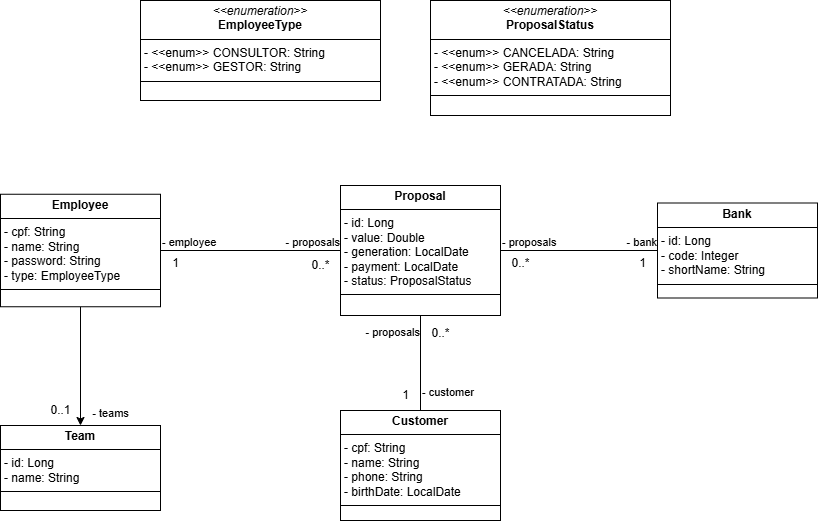
Hilan-CP/spring-corban-multibancos keeps this draw.io diagram as documents/diagrama_de_classe.png. Above is the earlier version. Source tidied: cells renumbered, new cells last; positions are measured from the earlier drawing's top-left corner, leaving out a move shared by most shapes.
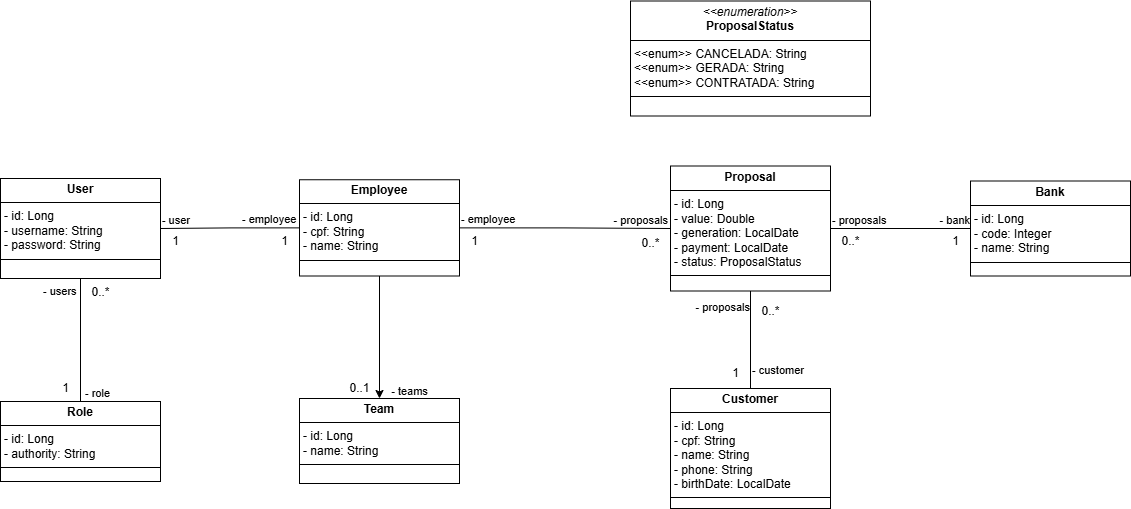
The same diagram one commit later.

Commit message:
Alterações na documentação

The edit, as a diff of the source:
```diff
@@ -5,32 +5,29 @@
     <mxCell id="2" style="edgeStyle=orthogonalEdgeStyle;rounded=0;jettySize=auto;html=1;entryX=0.5;entryY=0;entryDx=0;entryDy=0;" parent="1" edge="1" source="3" target="4">
       <mxGeometry relative="1" as="geometry" />
     </mxCell>
-    <mxCell id="3" value="&lt;p style=&quot;margin:0px;margin-top:4px;text-align:center;&quot;&gt;&lt;b&gt;Employee&lt;/b&gt;&lt;/p&gt;&lt;hr size=&quot;1&quot; style=&quot;border-style:solid;&quot;&gt;&lt;p style=&quot;margin:0px;margin-left:4px;&quot;&gt;- cpf: String&lt;/p&gt;&lt;p style=&quot;margin:0px;margin-left:4px;&quot;&gt;- name: String&lt;/p&gt;&lt;p style=&quot;margin:0px;margin-left:4px;&quot;&gt;- password: String&lt;/p&gt;&lt;p style=&quot;margin:0px;margin-left:4px;&quot;&gt;- type: EmployeeType&lt;/p&gt;&lt;hr size=&quot;1&quot; style=&quot;border-style:solid;&quot;&gt;&lt;p style=&quot;margin:0px;margin-left:4px;&quot;&gt;&lt;br&gt;&lt;/p&gt;" style="verticalAlign=top;align=left;overflow=fill;html=1;whiteSpace=wrap;" parent="1" vertex="1">
-      <mxGeometry y="193.8" width="160" height="112.5" as="geometry" />
+    <mxCell id="3" value="&lt;p style=&quot;margin:0px;margin-top:4px;text-align:center;&quot;&gt;&lt;b&gt;Employee&lt;/b&gt;&lt;/p&gt;&lt;hr size=&quot;1&quot; style=&quot;border-style:solid;&quot;&gt;&lt;p style=&quot;margin:0px;margin-left:4px;&quot;&gt;- id: Long&lt;/p&gt;&lt;p style=&quot;margin:0px;margin-left:4px;&quot;&gt;- cpf: String&lt;/p&gt;&lt;p style=&quot;margin:0px;margin-left:4px;&quot;&gt;- name: String&lt;/p&gt;&lt;hr size=&quot;1&quot; style=&quot;border-style:solid;&quot;&gt;&lt;p style=&quot;margin:0px;margin-left:4px;&quot;&gt;&lt;br&gt;&lt;/p&gt;" style="verticalAlign=top;align=left;overflow=fill;html=1;whiteSpace=wrap;" parent="1" vertex="1">
+      <mxGeometry x="29" y="201.2" width="160" height="96.2" as="geometry" />
     </mxCell>
     <mxCell id="4" value="&lt;p style=&quot;margin:0px;margin-top:4px;text-align:center;&quot;&gt;&lt;b&gt;Team&lt;/b&gt;&lt;/p&gt;&lt;hr size=&quot;1&quot; style=&quot;border-style:solid;&quot;&gt;&lt;p style=&quot;margin:0px;margin-left:4px;&quot;&gt;- id: Long&lt;/p&gt;&lt;p style=&quot;margin:0px;margin-left:4px;&quot;&gt;- name: String&lt;/p&gt;&lt;hr size=&quot;1&quot; style=&quot;border-style:solid;&quot;&gt;&lt;p style=&quot;margin:0px;margin-left:4px;&quot;&gt;&lt;br&gt;&lt;/p&gt;" style="verticalAlign=top;align=left;overflow=fill;html=1;whiteSpace=wrap;" parent="1" vertex="1">
-      <mxGeometry y="425" width="160" height="85" as="geometry" />
+      <mxGeometry x="29" y="420" width="160" height="85" as="geometry" />
     </mxCell>
-    <mxCell id="5" value="&lt;p style=&quot;margin:0px;margin-top:4px;text-align:center;&quot;&gt;&lt;b&gt;Customer&lt;/b&gt;&lt;/p&gt;&lt;hr size=&quot;1&quot; style=&quot;border-style:solid;&quot;&gt;&lt;p style=&quot;margin:0px;margin-left:4px;&quot;&gt;- cpf: String&lt;/p&gt;&lt;p style=&quot;margin:0px;margin-left:4px;&quot;&gt;- name: String&lt;/p&gt;&lt;p style=&quot;margin:0px;margin-left:4px;&quot;&gt;- phone: String&lt;/p&gt;&lt;p style=&quot;margin:0px;margin-left:4px;&quot;&gt;- birthDate: Local&lt;span style=&quot;background-color: transparent; color: light-dark(rgb(0, 0, 0), rgb(255, 255, 255));&quot;&gt;Date&lt;/span&gt;&lt;/p&gt;&lt;hr size=&quot;1&quot; style=&quot;border-style:solid;&quot;&gt;&lt;p style=&quot;margin:0px;margin-left:4px;&quot;&gt;&lt;br&gt;&lt;/p&gt;" style="verticalAlign=top;align=left;overflow=fill;html=1;whiteSpace=wrap;" parent="1" vertex="1">
-      <mxGeometry x="340" y="410" width="160" height="110" as="geometry" />
+    <mxCell id="5" value="&lt;p style=&quot;margin:0px;margin-top:4px;text-align:center;&quot;&gt;&lt;b&gt;Customer&lt;/b&gt;&lt;/p&gt;&lt;hr size=&quot;1&quot; style=&quot;border-style:solid;&quot;&gt;&lt;p style=&quot;margin:0px;margin-left:4px;&quot;&gt;- id: Long&lt;/p&gt;&lt;p style=&quot;margin:0px;margin-left:4px;&quot;&gt;- cpf: String&lt;/p&gt;&lt;p style=&quot;margin:0px;margin-left:4px;&quot;&gt;- name: String&lt;/p&gt;&lt;p style=&quot;margin:0px;margin-left:4px;&quot;&gt;- phone: String&lt;/p&gt;&lt;p style=&quot;margin:0px;margin-left:4px;&quot;&gt;- birthDate: Local&lt;span style=&quot;background-color: transparent; color: light-dark(rgb(0, 0, 0), rgb(255, 255, 255));&quot;&gt;Date&lt;/span&gt;&lt;/p&gt;&lt;hr size=&quot;1&quot; style=&quot;border-style:solid;&quot;&gt;&lt;p style=&quot;margin:0px;margin-left:4px;&quot;&gt;&lt;br&gt;&lt;/p&gt;" style="verticalAlign=top;align=left;overflow=fill;html=1;whiteSpace=wrap;" parent="1" vertex="1">
+      <mxGeometry x="400" y="410" width="160" height="120" as="geometry" />
     </mxCell>
-    <mxCell id="6" value="&lt;p style=&quot;margin:0px;margin-top:4px;text-align:center;&quot;&gt;&lt;b&gt;Bank&lt;/b&gt;&lt;/p&gt;&lt;hr size=&quot;1&quot; style=&quot;border-style:solid;&quot;&gt;&lt;p style=&quot;margin:0px;margin-left:4px;&quot;&gt;- id: Long&lt;/p&gt;&lt;p style=&quot;margin:0px;margin-left:4px;&quot;&gt;- code: Integer&lt;/p&gt;&lt;p style=&quot;margin:0px;margin-left:4px;&quot;&gt;- shortName: String&lt;/p&gt;&lt;hr size=&quot;1&quot; style=&quot;border-style:solid;&quot;&gt;&lt;p style=&quot;margin:0px;margin-left:4px;&quot;&gt;&lt;br&gt;&lt;/p&gt;" style="verticalAlign=top;align=left;overflow=fill;html=1;whiteSpace=wrap;" parent="1" vertex="1">
-      <mxGeometry x="657" y="202.5" width="160" height="95" as="geometry" />
+    <mxCell id="6" value="&lt;p style=&quot;margin:0px;margin-top:4px;text-align:center;&quot;&gt;&lt;b&gt;Bank&lt;/b&gt;&lt;/p&gt;&lt;hr size=&quot;1&quot; style=&quot;border-style:solid;&quot;&gt;&lt;p style=&quot;margin:0px;margin-left:4px;&quot;&gt;- id: Long&lt;/p&gt;&lt;p style=&quot;margin:0px;margin-left:4px;&quot;&gt;- code: Integer&lt;/p&gt;&lt;p style=&quot;margin:0px;margin-left:4px;&quot;&gt;- name: String&lt;/p&gt;&lt;hr size=&quot;1&quot; style=&quot;border-style:solid;&quot;&gt;&lt;p style=&quot;margin:0px;margin-left:4px;&quot;&gt;&lt;br&gt;&lt;/p&gt;" style="verticalAlign=top;align=left;overflow=fill;html=1;whiteSpace=wrap;" parent="1" vertex="1">
+      <mxGeometry x="700" y="202.5" width="160" height="95" as="geometry" />
     </mxCell>
     <mxCell id="7" value="&lt;p style=&quot;margin:0px;margin-top:4px;text-align:center;&quot;&gt;&lt;b&gt;Proposal&lt;/b&gt;&lt;/p&gt;&lt;hr size=&quot;1&quot; style=&quot;border-style:solid;&quot;&gt;&lt;p style=&quot;margin:0px;margin-left:4px;&quot;&gt;- id: Long&lt;/p&gt;&lt;p style=&quot;margin:0px;margin-left:4px;&quot;&gt;- value: Double&lt;/p&gt;&lt;p style=&quot;margin:0px;margin-left:4px;&quot;&gt;- generation: LocalDate&lt;/p&gt;&lt;p style=&quot;margin:0px;margin-left:4px;&quot;&gt;- payment: LocalDate&lt;/p&gt;&lt;p style=&quot;margin:0px;margin-left:4px;&quot;&gt;- status: ProposalStatus&lt;/p&gt;&lt;hr size=&quot;1&quot; style=&quot;border-style:solid;&quot;&gt;&lt;p style=&quot;margin:0px;margin-left:4px;&quot;&gt;&lt;br&gt;&lt;/p&gt;" style="verticalAlign=top;align=left;overflow=fill;html=1;whiteSpace=wrap;" parent="1" vertex="1">
-      <mxGeometry x="340" y="185" width="160" height="130" as="geometry" />
+      <mxGeometry x="400" y="187.5" width="160" height="125" as="geometry" />
     </mxCell>
     <mxCell id="8" value="0..1" style="text;html=1;align=center;verticalAlign=middle;strokeColor=none;fillColor=none;" parent="1" vertex="1">
-      <mxGeometry x="40" y="395" width="40" height="30" as="geometry" />
+      <mxGeometry x="69" y="394.5" width="40" height="30" as="geometry" />
     </mxCell>
-    <mxCell id="9" value="&lt;p style=&quot;margin:0px;margin-top:4px;text-align:center;&quot;&gt;&lt;i&gt;&amp;lt;&amp;lt;enumeration&amp;gt;&amp;gt;&lt;/i&gt;&lt;br&gt;&lt;b&gt;EmployeeType&lt;/b&gt;&lt;/p&gt;&lt;hr size=&quot;1&quot; style=&quot;border-style:solid;&quot;&gt;&lt;p style=&quot;margin:0px;margin-left:4px;&quot;&gt;- &amp;lt;&amp;lt;enum&amp;gt;&amp;gt; CONSULTOR: String&lt;br&gt;- &amp;lt;&amp;lt;enum&amp;gt;&amp;gt; GESTOR:&amp;nbsp;&lt;span style=&quot;background-color: initial;&quot;&gt;String&lt;/span&gt;&lt;/p&gt;&lt;hr size=&quot;1&quot; style=&quot;border-style:solid;&quot;&gt;&lt;p style=&quot;margin:0px;margin-left:4px;&quot;&gt;&lt;br&gt;&lt;/p&gt;" style="verticalAlign=top;align=left;overflow=fill;html=1;whiteSpace=wrap;" parent="1" vertex="1">
-      <mxGeometry x="140" width="240" height="100" as="geometry" />
-    </mxCell>
-    <mxCell id="10" value="&lt;p style=&quot;margin:0px;margin-top:4px;text-align:center;&quot;&gt;&lt;i&gt;&amp;lt;&amp;lt;enumeration&amp;gt;&amp;gt;&lt;/i&gt;&lt;br&gt;&lt;b&gt;ProposalStatus&lt;/b&gt;&lt;/p&gt;&lt;hr size=&quot;1&quot; style=&quot;border-style:solid;&quot;&gt;&lt;p style=&quot;margin:0px;margin-left:4px;&quot;&gt;- &amp;lt;&amp;lt;enum&amp;gt;&amp;gt; CANCELADA: String&lt;br&gt;-&amp;nbsp;&lt;span style=&quot;background-color: initial;&quot;&gt;&amp;lt;&amp;lt;enum&amp;gt;&amp;gt; GERADA:&amp;nbsp;&lt;/span&gt;&lt;span style=&quot;background-color: initial;&quot;&gt;String&lt;/span&gt;&lt;/p&gt;&lt;p style=&quot;margin:0px;margin-left:4px;&quot;&gt;&lt;span style=&quot;background-color: initial;&quot;&gt;-&amp;nbsp;&lt;/span&gt;&lt;span style=&quot;background-color: initial;&quot;&gt;&amp;lt;&amp;lt;enum&amp;gt;&amp;gt; CONTRATADA:&amp;nbsp;&lt;/span&gt;&lt;span style=&quot;background-color: initial;&quot;&gt;String&lt;/span&gt;&lt;/p&gt;&lt;hr size=&quot;1&quot; style=&quot;border-style:solid;&quot;&gt;&lt;p style=&quot;margin:0px;margin-left:4px;&quot;&gt;&lt;br&gt;&lt;/p&gt;" style="verticalAlign=top;align=left;overflow=fill;html=1;whiteSpace=wrap;" parent="1" vertex="1">
-      <mxGeometry x="430" width="240" height="115" as="geometry" />
+    <mxCell id="10" value="&lt;p style=&quot;margin:0px;margin-top:4px;text-align:center;&quot;&gt;&lt;i&gt;&amp;lt;&amp;lt;enumeration&amp;gt;&amp;gt;&lt;/i&gt;&lt;br&gt;&lt;b&gt;ProposalStatus&lt;/b&gt;&lt;/p&gt;&lt;hr size=&quot;1&quot; style=&quot;border-style:solid;&quot;&gt;&lt;p style=&quot;margin:0px;margin-left:4px;&quot;&gt;&amp;lt;&amp;lt;enum&amp;gt;&amp;gt; CANCELADA: String&lt;br&gt;&lt;span style=&quot;background-color: initial;&quot;&gt;&amp;lt;&amp;lt;enum&amp;gt;&amp;gt; GERADA:&amp;nbsp;&lt;/span&gt;&lt;span style=&quot;background-color: initial;&quot;&gt;String&lt;/span&gt;&lt;/p&gt;&lt;p style=&quot;margin:0px;margin-left:4px;&quot;&gt;&lt;span style=&quot;background-color: initial;&quot;&gt;&amp;lt;&amp;lt;enum&amp;gt;&amp;gt; CONTRATADA:&amp;nbsp;&lt;/span&gt;&lt;span style=&quot;background-color: initial;&quot;&gt;String&lt;/span&gt;&lt;/p&gt;&lt;hr size=&quot;1&quot; style=&quot;border-style:solid;&quot;&gt;&lt;p style=&quot;margin:0px;margin-left:4px;&quot;&gt;&lt;br&gt;&lt;/p&gt;" style="verticalAlign=top;align=left;overflow=fill;html=1;whiteSpace=wrap;" parent="1" vertex="1">
+      <mxGeometry x="360" y="22.5" width="240" height="115" as="geometry" />
     </mxCell>
     <mxCell id="11" value="- teams" style="text;html=1;align=center;verticalAlign=middle;strokeColor=none;fillColor=none;fontSize=11;" parent="1" vertex="1">
-      <mxGeometry x="80" y="398" width="60" height="30" as="geometry" />
+      <mxGeometry x="109" y="397.5" width="60" height="30" as="geometry" />
     </mxCell>
     <mxCell id="12" style="endArrow=none;html=1;edgeStyle=orthogonalEdgeStyle;rounded=0;entryX=0;entryY=0.5;entryDx=0;entryDy=0;exitX=1;exitY=0.5;exitDx=0;exitDy=0;" parent="1" edge="1" source="7" target="6">
       <mxGeometry relative="1" as="geometry" />
@@ -42,10 +39,10 @@
       <mxGeometry x="1" relative="1" as="geometry" />
     </mxCell>
     <mxCell id="15" value="0..*" style="text;html=1;align=center;verticalAlign=middle;strokeColor=none;fillColor=none;" parent="1" vertex="1">
-      <mxGeometry x="500" y="248" width="40" height="30" as="geometry" />
+      <mxGeometry x="560" y="248" width="40" height="30" as="geometry" />
     </mxCell>
     <mxCell id="16" value="1" style="text;html=1;align=center;verticalAlign=middle;strokeColor=none;fillColor=none;" parent="1" vertex="1">
-      <mxGeometry x="627" y="248" width="30" height="30" as="geometry" />
+      <mxGeometry x="670" y="248" width="30" height="30" as="geometry" />
     </mxCell>
     <mxCell id="17" style="endArrow=none;html=1;edgeStyle=orthogonalEdgeStyle;rounded=0;entryX=0;entryY=0.5;entryDx=0;entryDy=0;exitX=1;exitY=0.5;exitDx=0;exitDy=0;" parent="1" edge="1" source="3" target="7">
       <mxGeometry relative="1" as="geometry" />
@@ -54,13 +51,15 @@
       <mxGeometry x="-1" relative="1" as="geometry" />
     </mxCell>
     <mxCell id="19" value="- proposals" style="edgeLabel;html=1;align=right;verticalAlign=bottom;" parent="17" vertex="1">
-      <mxGeometry x="1" relative="1" as="geometry" />
+      <mxGeometry x="1" relative="1" as="geometry">
+        <mxPoint x="-2" as="offset" />
+      </mxGeometry>
     </mxCell>
     <mxCell id="20" value="0..*" style="text;html=1;align=center;verticalAlign=middle;strokeColor=none;fillColor=none;" parent="1" vertex="1">
-      <mxGeometry x="300" y="250" width="40" height="30" as="geometry" />
+      <mxGeometry x="360" y="250" width="40" height="30" as="geometry" />
     </mxCell>
     <mxCell id="21" value="1" style="text;html=1;align=center;verticalAlign=middle;strokeColor=none;fillColor=none;" parent="1" vertex="1">
-      <mxGeometry x="160" y="248" width="30" height="30" as="geometry" />
+      <mxGeometry x="189" y="247.5" width="30" height="30" as="geometry" />
     </mxCell>
     <mxCell id="22" style="endArrow=none;html=1;edgeStyle=orthogonalEdgeStyle;rounded=0;entryX=0.5;entryY=1;entryDx=0;entryDy=0;exitX=0.5;exitY=0;exitDx=0;exitDy=0;" parent="1" edge="1" source="5" target="7">
       <mxGeometry relative="1" as="geometry" />
@@ -76,10 +75,54 @@
       </mxGeometry>
     </mxCell>
     <mxCell id="25" value="0..*" style="text;html=1;align=center;verticalAlign=middle;strokeColor=none;fillColor=none;" parent="1" vertex="1">
-      <mxGeometry x="420" y="318" width="40" height="30" as="geometry" />
+      <mxGeometry x="480" y="318" width="40" height="30" as="geometry" />
     </mxCell>
     <mxCell id="26" value="1" style="text;html=1;align=center;verticalAlign=middle;strokeColor=none;fillColor=none;" parent="1" vertex="1">
-      <mxGeometry x="390" y="380" width="30" height="30" as="geometry" />
+      <mxGeometry x="450" y="380" width="30" height="30" as="geometry" />
     </mxCell>
+    <mxCell id="27" value="&lt;p style=&quot;margin:0px;margin-top:4px;text-align:center;&quot;&gt;&lt;b&gt;Role&lt;/b&gt;&lt;/p&gt;&lt;hr size=&quot;1&quot; style=&quot;border-style:solid;&quot;&gt;&lt;p style=&quot;margin:0px;margin-left:4px;&quot;&gt;- id: Long&lt;br&gt;&lt;/p&gt;&lt;p style=&quot;margin:0px;margin-left:4px;&quot;&gt;- authority: String&lt;br&gt;&lt;/p&gt;&lt;hr size=&quot;1&quot; style=&quot;border-style:solid;&quot;&gt;&lt;p style=&quot;margin:0px;margin-left:4px;&quot;&gt;&lt;br&gt;&lt;/p&gt;" style="verticalAlign=top;align=left;overflow=fill;html=1;whiteSpace=wrap;" parent="1" vertex="1">
+      <mxGeometry x="-270" y="423" width="160" height="80" as="geometry" />
+    </mxCell>
+    <mxCell id="28" value="&lt;p style=&quot;margin:0px;margin-top:4px;text-align:center;&quot;&gt;&lt;b&gt;User&lt;/b&gt;&lt;/p&gt;&lt;hr size=&quot;1&quot; style=&quot;border-style:solid;&quot;&gt;&lt;p style=&quot;margin:0px;margin-left:4px;&quot;&gt;- id: Long&lt;br&gt;&lt;/p&gt;&lt;p style=&quot;margin:0px;margin-left:4px;&quot;&gt;- username: String&lt;br&gt;&lt;/p&gt;&lt;p style=&quot;margin:0px;margin-left:4px;&quot;&gt;- password: String&lt;/p&gt;&lt;hr size=&quot;1&quot; style=&quot;border-style:solid;&quot;&gt;&lt;p style=&quot;margin:0px;margin-left:4px;&quot;&gt;&lt;br&gt;&lt;/p&gt;" style="verticalAlign=top;align=left;overflow=fill;html=1;whiteSpace=wrap;" parent="1" vertex="1">
+      <mxGeometry x="-270" y="200" width="160" height="100" as="geometry" />
+    </mxCell>
+    <mxCell id="29" style="endArrow=none;html=1;edgeStyle=orthogonalEdgeStyle;rounded=0;entryX=1;entryY=0.5;entryDx=0;entryDy=0;exitX=0;exitY=0.5;exitDx=0;exitDy=0;" parent="1" edge="1" source="3" target="28">
+      <mxGeometry relative="1" as="geometry" />
+    </mxCell>
+    <mxCell id="30" value="- employee" style="edgeLabel;html=1;align=left;verticalAlign=bottom;" parent="29" vertex="1">
+      <mxGeometry x="-1" relative="1" as="geometry">
+        <mxPoint x="-59" as="offset" />
+      </mxGeometry>
+    </mxCell>
+    <mxCell id="31" value="- user" style="edgeLabel;html=1;align=right;verticalAlign=bottom;" parent="29" vertex="1">
+      <mxGeometry x="1" relative="1" as="geometry">
+        <mxPoint x="30" as="offset" />
+      </mxGeometry>
+    </mxCell>
+    <mxCell id="32" value="1" style="text;html=1;align=center;verticalAlign=middle;strokeColor=none;fillColor=none;" parent="1" vertex="1">
+      <mxGeometry x="-1" y="247.5" width="30" height="30" as="geometry" />
+    </mxCell>
+    <mxCell id="33" value="1" style="text;html=1;align=center;verticalAlign=middle;strokeColor=none;fillColor=none;" parent="1" vertex="1">
+      <mxGeometry x="-110" y="248" width="30" height="30" as="geometry" />
+    </mxCell>
+    <mxCell id="34" style="endArrow=none;html=1;edgeStyle=orthogonalEdgeStyle;rounded=0;entryX=0.5;entryY=0;entryDx=0;entryDy=0;exitX=0.5;exitY=1;exitDx=0;exitDy=0;" parent="1" edge="1" source="28" target="27">
+      <mxGeometry relative="1" as="geometry" />
+    </mxCell>
+    <mxCell id="35" value="- users" style="edgeLabel;html=1;align=left;verticalAlign=bottom;" parent="34" vertex="1">
+      <mxGeometry x="-1" relative="1" as="geometry">
+        <mxPoint x="-39" y="21" as="offset" />
+      </mxGeometry>
+    </mxCell>
+    <mxCell id="36" value="- role" style="edgeLabel;html=1;align=right;verticalAlign=bottom;" parent="34" vertex="1">
+      <mxGeometry x="1" relative="1" as="geometry">
+        <mxPoint x="30" as="offset" />
+      </mxGeometry>
+    </mxCell>
+    <mxCell id="37" value="0..*" style="text;html=1;align=center;verticalAlign=middle;strokeColor=none;fillColor=none;" parent="1" vertex="1">
+      <mxGeometry x="-190" y="298.5" width="40" height="30" as="geometry" />
+    </mxCell>
+    <mxCell id="38" value="1" style="text;html=1;align=center;verticalAlign=middle;strokeColor=none;fillColor=none;" parent="1" vertex="1">
+      <mxGeometry x="-220" y="395" width="30" height="30" as="geometry" />
+    </mxCell>
   </root>
 </mxGraphModel>
```
